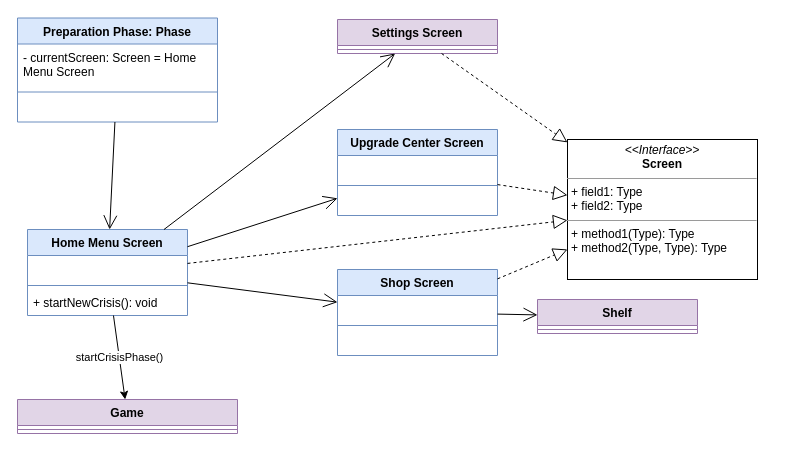
Before: page "Preparation Phase" (3 of 5) of doc/emergenCITY_SEArchitecture.drawio in Spexify/emergenCity, a draw.io diagram. Source tidied: cells renumbered, new cells numbered last; positions are measured from the earlier drawing's top-left corner, leaving out a move shared by most shapes. Both pictures are drawn from the tidied source at 100%, with x=0, y=0 at pixel (17, 17).
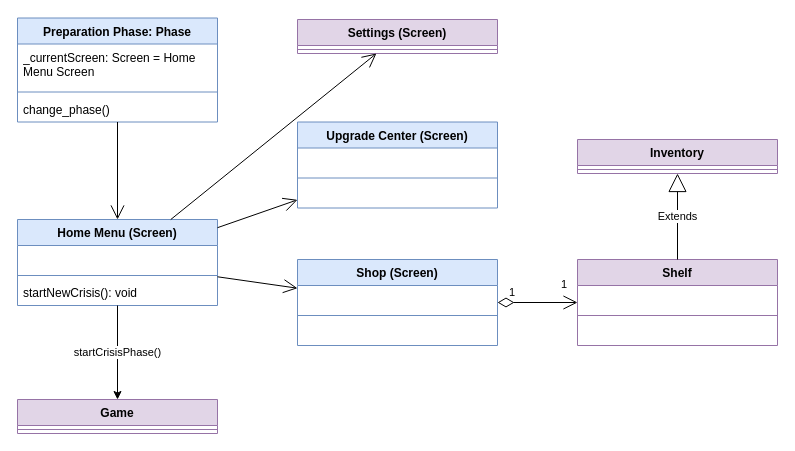
The same page after the edit.

The change refers to these unchanged cells:
```xml
<mxCell id="2" value="Preparation Phase: Phase" style="swimlane;fontStyle=1;align=center;verticalAlign=top;horizontal=1;startSize=26;whiteSpace=wrap;html=1;fillColor=#dae8fc;strokeColor=#6c8ebf;" parent="1" vertex="1">
  <mxGeometry y="0.5" width="200" height="104" as="geometry" />
</mxCell>
```

Diff of the diagram source:
```diff
@@
-    <mxCell id="3" value="- currentScreen: Screen = Home Menu Screen" style="text;strokeColor=none;fillColor=none;align=left;verticalAlign=top;spacingLeft=4;spacingRight=4;overflow=hidden;whiteSpace=wrap;html=1;" parent="2" vertex="1">
+    <mxCell id="3" value="_currentScreen: Screen = Home Menu Screen" style="text;strokeColor=none;fillColor=none;align=left;verticalAlign=top;spacingLeft=4;spacingRight=4;overflow=hidden;whiteSpace=wrap;html=1;" parent="2" vertex="1">
       <mxGeometry y="26" width="200" height="44" as="geometry" />
     </mxCell>
@@
-    <mxCell id="5" value="&amp;nbsp;" style="text;strokeColor=none;fillColor=none;align=left;verticalAlign=top;spacingLeft=4;spacingRight=4;overflow=hidden;whiteSpace=wrap;html=1;" parent="2" vertex="1">
+    <mxCell id="5" value="change_phase()" style="text;strokeColor=none;fillColor=none;align=left;verticalAlign=top;spacingLeft=4;spacingRight=4;overflow=hidden;whiteSpace=wrap;html=1;" parent="2" vertex="1">
       <mxGeometry y="78" width="200" height="26" as="geometry" />
     </mxCell>
-    <mxCell id="6" value="Home Menu Screen" style="swimlane;fontStyle=1;align=center;verticalAlign=top;horizontal=1;startSize=26;whiteSpace=wrap;html=1;fillColor=#dae8fc;strokeColor=#6c8ebf;" parent="1" vertex="1">
-      <mxGeometry x="10" y="212" width="160" height="86" as="geometry" />
+    <mxCell id="6" value="Home Menu (Screen)" style="swimlane;fontStyle=1;align=center;verticalAlign=top;horizontal=1;startSize=26;whiteSpace=wrap;html=1;fillColor=#dae8fc;strokeColor=#6c8ebf;" parent="1" vertex="1">
+      <mxGeometry y="202" width="200" height="86" as="geometry" />
     </mxCell>
     <mxCell id="7" value="&amp;nbsp;" style="text;strokeColor=none;fillColor=none;align=left;verticalAlign=top;spacingLeft=4;spacingRight=4;overflow=hidden;whiteSpace=wrap;html=1;" parent="6" vertex="1">
-      <mxGeometry y="26" width="160" height="26" as="geometry" />
+      <mxGeometry y="26" width="200" height="26" as="geometry" />
     </mxCell>
     <mxCell id="8" style="line;strokeWidth=1;fillColor=none;align=left;verticalAlign=middle;spacingTop=-1;spacingLeft=3;spacingRight=3;labelPosition=right;strokeColor=inherit;" parent="6" vertex="1">
-      <mxGeometry y="52" width="160" height="8" as="geometry" />
+      <mxGeometry y="52" width="200" height="8" as="geometry" />
     </mxCell>
-    <mxCell id="9" value="+ startNewCrisis(): void" style="text;strokeColor=none;fillColor=none;align=left;verticalAlign=top;spacingLeft=4;spacingRight=4;overflow=hidden;whiteSpace=wrap;html=1;" parent="6" vertex="1">
-      <mxGeometry y="60" width="160" height="26" as="geometry" />
+    <mxCell id="9" value="startNewCrisis(): void" style="text;strokeColor=none;fillColor=none;align=left;verticalAlign=top;spacingLeft=4;spacingRight=4;overflow=hidden;whiteSpace=wrap;html=1;" parent="6" vertex="1">
+      <mxGeometry y="60" width="200" height="26" as="geometry" />
     </mxCell>
-    <mxCell id="10" value="Settings Screen" style="swimlane;fontStyle=1;align=center;verticalAlign=top;horizontal=1;startSize=26;whiteSpace=wrap;html=1;fillColor=#e1d5e7;strokeColor=#9673a6;" parent="1" vertex="1">
-      <mxGeometry x="320" y="2" width="160" height="34" as="geometry" />
+    <mxCell id="10" value="Settings (Screen)" style="swimlane;fontStyle=1;align=center;verticalAlign=top;horizontal=1;startSize=26;whiteSpace=wrap;html=1;fillColor=#e1d5e7;strokeColor=#9673a6;" parent="1" vertex="1">
+      <mxGeometry x="280" y="2" width="200" height="34" as="geometry" />
     </mxCell>
     <mxCell id="11" style="line;strokeWidth=1;fillColor=none;align=left;verticalAlign=middle;spacingTop=-1;spacingLeft=3;spacingRight=3;labelPosition=right;strokeColor=inherit;" parent="10" vertex="1">
-      <mxGeometry y="26" width="160" height="8" as="geometry" />
+      <mxGeometry y="26" width="200" height="8" as="geometry" />
     </mxCell>
-    <mxCell id="12" value="Shop Screen" style="swimlane;fontStyle=1;align=center;verticalAlign=top;horizontal=1;startSize=26;whiteSpace=wrap;html=1;fillColor=#dae8fc;strokeColor=#6c8ebf;" parent="1" vertex="1">
-      <mxGeometry x="320" y="252" width="160" height="86" as="geometry" />
+    <mxCell id="12" value="Shop (Screen)" style="swimlane;fontStyle=1;align=center;verticalAlign=top;horizontal=1;startSize=26;whiteSpace=wrap;html=1;fillColor=#dae8fc;strokeColor=#6c8ebf;" parent="1" vertex="1">
+      <mxGeometry x="280" y="242" width="200" height="86" as="geometry" />
     </mxCell>
     <mxCell id="13" value="&amp;nbsp;" style="text;strokeColor=none;fillColor=none;align=left;verticalAlign=top;spacingLeft=4;spacingRight=4;overflow=hidden;whiteSpace=wrap;html=1;" parent="12" vertex="1">
-      <mxGeometry y="26" width="160" height="26" as="geometry" />
+      <mxGeometry y="26" width="200" height="26" as="geometry" />
     </mxCell>
     <mxCell id="14" style="line;strokeWidth=1;fillColor=none;align=left;verticalAlign=middle;spacingTop=-1;spacingLeft=3;spacingRight=3;labelPosition=right;strokeColor=inherit;" parent="12" vertex="1">
-      <mxGeometry y="52" width="160" height="8" as="geometry" />
+      <mxGeometry y="52" width="200" height="8" as="geometry" />
     </mxCell>
     <mxCell id="15" value="&amp;nbsp;" style="text;strokeColor=none;fillColor=none;align=left;verticalAlign=top;spacingLeft=4;spacingRight=4;overflow=hidden;whiteSpace=wrap;html=1;" parent="12" vertex="1">
-      <mxGeometry y="60" width="160" height="26" as="geometry" />
+      <mxGeometry y="60" width="200" height="26" as="geometry" />
     </mxCell>
-    <mxCell id="16" value="Upgrade Center Screen" style="swimlane;fontStyle=1;align=center;verticalAlign=top;horizontal=1;startSize=26;whiteSpace=wrap;html=1;fillColor=#dae8fc;strokeColor=#6c8ebf;" parent="1" vertex="1">
-      <mxGeometry x="320" y="112" width="160" height="86" as="geometry" />
+    <mxCell id="16" value="Upgrade Center (Screen)" style="swimlane;fontStyle=1;align=center;verticalAlign=top;horizontal=1;startSize=26;whiteSpace=wrap;html=1;fillColor=#dae8fc;strokeColor=#6c8ebf;" parent="1" vertex="1">
+      <mxGeometry x="280" y="104.5" width="200" height="86" as="geometry" />
     </mxCell>
     <mxCell id="17" value="&amp;nbsp;" style="text;strokeColor=none;fillColor=none;align=left;verticalAlign=top;spacingLeft=4;spacingRight=4;overflow=hidden;whiteSpace=wrap;html=1;" parent="16" vertex="1">
-      <mxGeometry y="26" width="160" height="26" as="geometry" />
+      <mxGeometry y="26" width="200" height="26" as="geometry" />
     </mxCell>
     <mxCell id="18" style="line;strokeWidth=1;fillColor=none;align=left;verticalAlign=middle;spacingTop=-1;spacingLeft=3;spacingRight=3;labelPosition=right;strokeColor=inherit;" parent="16" vertex="1">
-      <mxGeometry y="52" width="160" height="8" as="geometry" />
+      <mxGeometry y="52" width="200" height="8" as="geometry" />
     </mxCell>
     <mxCell id="19" value="&amp;nbsp;" style="text;strokeColor=none;fillColor=none;align=left;verticalAlign=top;spacingLeft=4;spacingRight=4;overflow=hidden;whiteSpace=wrap;html=1;" parent="16" vertex="1">
-      <mxGeometry y="60" width="160" height="26" as="geometry" />
+      <mxGeometry y="60" width="200" height="26" as="geometry" />
     </mxCell>
-    <mxCell id="20" value="Shelf" style="swimlane;fontStyle=1;align=center;verticalAlign=top;horizontal=1;startSize=26;whiteSpace=wrap;html=1;fillColor=#e1d5e7;strokeColor=#9673a6;" parent="1" vertex="1">
-      <mxGeometry x="520" y="282" width="160" height="34" as="geometry" />
-    </mxCell>
-    <mxCell id="21" style="line;strokeWidth=1;fillColor=none;align=left;verticalAlign=middle;spacingTop=-1;spacingLeft=3;spacingRight=3;labelPosition=right;strokeColor=inherit;" parent="20" vertex="1">
-      <mxGeometry y="26" width="160" height="8" as="geometry" />
-    </mxCell>
@@
     <mxCell id="25" value="Game" style="swimlane;fontStyle=1;align=center;verticalAlign=top;horizontal=1;startSize=26;whiteSpace=wrap;html=1;fillColor=#e1d5e7;strokeColor=#9673a6;" parent="1" vertex="1">
-      <mxGeometry y="382" width="220" height="34" as="geometry" />
+      <mxGeometry y="382" width="200" height="34" as="geometry" />
     </mxCell>
     <mxCell id="26" style="line;strokeWidth=1;fillColor=none;align=left;verticalAlign=middle;spacingTop=-1;spacingLeft=3;spacingRight=3;labelPosition=right;strokeColor=inherit;" parent="25" vertex="1">
-      <mxGeometry y="26" width="220" height="8" as="geometry" />
+      <mxGeometry y="26" width="200" height="8" as="geometry" />
     </mxCell>
@@
-    <mxCell id="28" value="&lt;p style=&quot;margin:0px;margin-top:4px;text-align:center;&quot;&gt;&lt;i&gt;&amp;lt;&amp;lt;Interface&amp;gt;&amp;gt;&lt;/i&gt;&lt;br&gt;&lt;b&gt;Screen&lt;/b&gt;&lt;/p&gt;&lt;hr size=&quot;1&quot;&gt;&lt;p style=&quot;margin:0px;margin-left:4px;&quot;&gt;+ field1: Type&lt;br&gt;+ field2: Type&lt;/p&gt;&lt;hr size=&quot;1&quot;&gt;&lt;p style=&quot;margin:0px;margin-left:4px;&quot;&gt;+ method1(Type): Type&lt;br&gt;+ method2(Type, Type): Type&lt;/p&gt;" style="verticalAlign=top;align=left;overflow=fill;fontSize=12;fontFamily=Helvetica;html=1;whiteSpace=wrap;" parent="1" vertex="1">
-      <mxGeometry x="550" y="122" width="190" height="140" as="geometry" />
-    </mxCell>
-    <mxCell id="29" style="endArrow=block;dashed=1;endFill=0;endSize=12;html=1;rounded=0;" parent="1" edge="1" source="6" target="28">
-      <mxGeometry relative="1" as="geometry" />
-    </mxCell>
-    <mxCell id="30" style="endArrow=block;dashed=1;endFill=0;endSize=12;html=1;rounded=0;" parent="1" edge="1" source="16" target="28">
-      <mxGeometry relative="1" as="geometry" />
-    </mxCell>
-    <mxCell id="31" style="endArrow=block;dashed=1;endFill=0;endSize=12;html=1;rounded=0;" parent="1" edge="1" source="12" target="28">
-      <mxGeometry relative="1" as="geometry" />
-    </mxCell>
+    <mxCell id="34" style="endArrow=open;endFill=1;endSize=12;html=1;rounded=0;" parent="1" edge="1" source="2" target="6">
+      <mxGeometry relative="1" as="geometry" />
+    </mxCell>
+    <mxCell id="20" value="Shelf" style="swimlane;fontStyle=1;align=center;verticalAlign=top;horizontal=1;startSize=26;whiteSpace=wrap;html=1;fillColor=#e1d5e7;strokeColor=#9673a6;" parent="1" vertex="1">
+      <mxGeometry x="560" y="242" width="200" height="86" as="geometry" />
+    </mxCell>
+    <mxCell id="35" value="&amp;nbsp;" style="text;strokeColor=none;fillColor=none;align=left;verticalAlign=top;spacingLeft=4;spacingRight=4;overflow=hidden;whiteSpace=wrap;html=1;" parent="20" vertex="1">
+      <mxGeometry y="26" width="200" height="26" as="geometry" />
+    </mxCell>
+    <mxCell id="36" style="line;strokeWidth=1;fillColor=none;align=left;verticalAlign=middle;spacingTop=-1;spacingLeft=3;spacingRight=3;labelPosition=right;strokeColor=inherit;" parent="20" vertex="1">
+      <mxGeometry y="52" width="200" height="8" as="geometry" />
+    </mxCell>
+    <mxCell id="37" value="&amp;nbsp;" style="text;strokeColor=none;fillColor=none;align=left;verticalAlign=top;spacingLeft=4;spacingRight=4;overflow=hidden;whiteSpace=wrap;html=1;" parent="20" vertex="1">
+      <mxGeometry y="60" width="200" height="26" as="geometry" />
+    </mxCell>
+    <mxCell id="38" value="Inventory" style="swimlane;fontStyle=1;align=center;verticalAlign=top;horizontal=1;startSize=26;whiteSpace=wrap;html=1;fillColor=#e1d5e7;strokeColor=#9673a6;" parent="1" vertex="1">
+      <mxGeometry x="560" y="122" width="200" height="34" as="geometry" />
+    </mxCell>
+    <mxCell id="39" style="line;strokeWidth=1;fillColor=none;align=left;verticalAlign=middle;spacingTop=-1;spacingLeft=3;spacingRight=3;labelPosition=right;strokeColor=inherit;" parent="38" vertex="1">
+      <mxGeometry y="26" width="200" height="8" as="geometry" />
+    </mxCell>
+    <mxCell id="40" value="Extends" style="endArrow=block;endSize=16;endFill=0;html=1;rounded=0;" parent="1" edge="1" source="20" target="38">
+      <mxGeometry relative="1" as="geometry" />
+    </mxCell>
-    <mxCell id="32" style="endArrow=open;endFill=1;endSize=12;html=1;rounded=0;" parent="1" edge="1" source="12" target="20">
-      <mxGeometry relative="1" as="geometry" />
+    <mxCell id="32" style="endArrow=open;html=1;endSize=12;startArrow=diamondThin;startSize=14;startFill=0;edgeStyle=orthogonalEdgeStyle;rounded=0;" parent="1" edge="1" source="12" target="20">
+      <mxGeometry relative="1" as="geometry">
+        <Array as="points">
+          <mxPoint x="640" y="285" />
+          <mxPoint x="640" y="285" />
+        </Array>
+      </mxGeometry>
     </mxCell>
-    <mxCell id="33" style="endArrow=block;dashed=1;endFill=0;endSize=12;html=1;rounded=0;" parent="1" edge="1" source="10" target="28">
-      <mxGeometry relative="1" as="geometry" />
-    </mxCell>
-    <mxCell id="34" style="endArrow=open;endFill=1;endSize=12;html=1;rounded=0;" parent="1" edge="1" source="2" target="6">
-      <mxGeometry relative="1" as="geometry" />
-    </mxCell>
+    <mxCell id="41" value="1" style="edgeLabel;html=1;align=left;verticalAlign=top;" parent="32" vertex="1">
+      <mxGeometry x="-1" relative="1" as="geometry">
+        <mxPoint x="10" y="-23" as="offset" />
+      </mxGeometry>
+    </mxCell>
+    <mxCell id="42" value="1" style="edgeLabel;html=1;align=right;verticalAlign=top;" parent="32" vertex="1">
+      <mxGeometry x="1" relative="1" as="geometry">
+        <mxPoint x="-10" y="-31" as="offset" />
+      </mxGeometry>
+    </mxCell>
```
